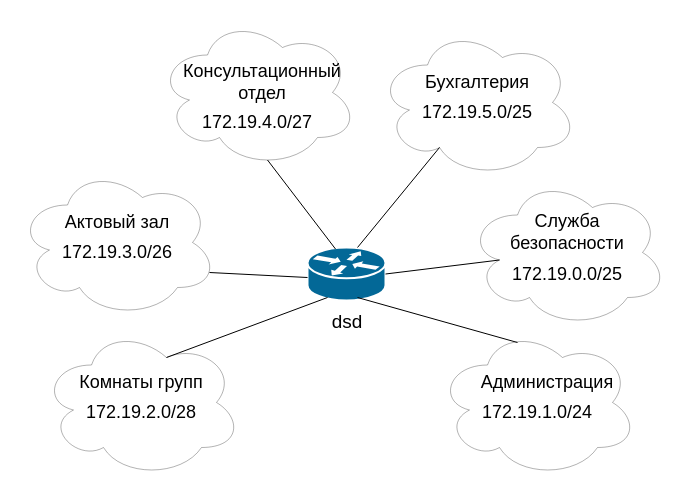
Before: Схема доступа L3.drawio in dibovdmitry/Project, a draw.io diagram. Source tidied: cells renumbered, new cells numbered last; positions are measured from the earlier drawing's top-left corner, leaving out a move shared by most shapes. Both pictures are drawn from the tidied source at 100%, with x=0, y=0 at pixel (17, 17).
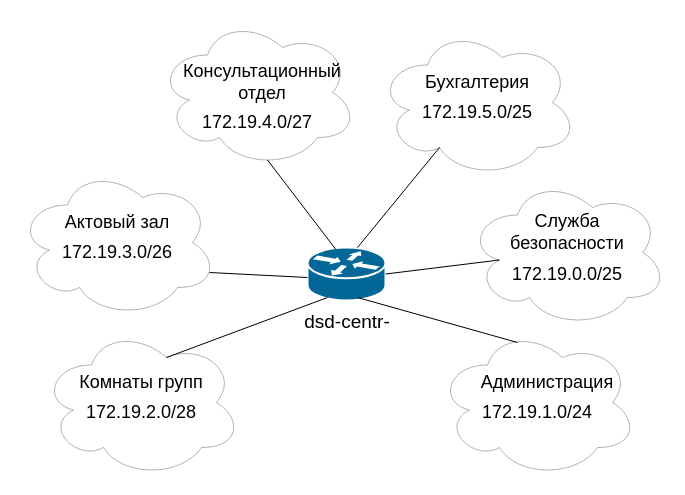
The same page after the edit.

Change to the diagram source:
```diff
@@
-    <mxCell id="27" value="dsd" style="text;html=1;strokeColor=none;fillColor=none;align=center;verticalAlign=middle;whiteSpace=wrap;rounded=0;fontSize=19;" parent="1" vertex="1">
-      <mxGeometry x="300" y="290" width="60" height="30" as="geometry" />
+    <mxCell id="27" value="dsd-centr-" style="text;html=1;strokeColor=none;fillColor=none;align=center;verticalAlign=middle;whiteSpace=wrap;rounded=0;fontSize=19;" parent="1" vertex="1">
+      <mxGeometry x="270" y="290" width="120" height="30" as="geometry" />
     </mxCell>
```
